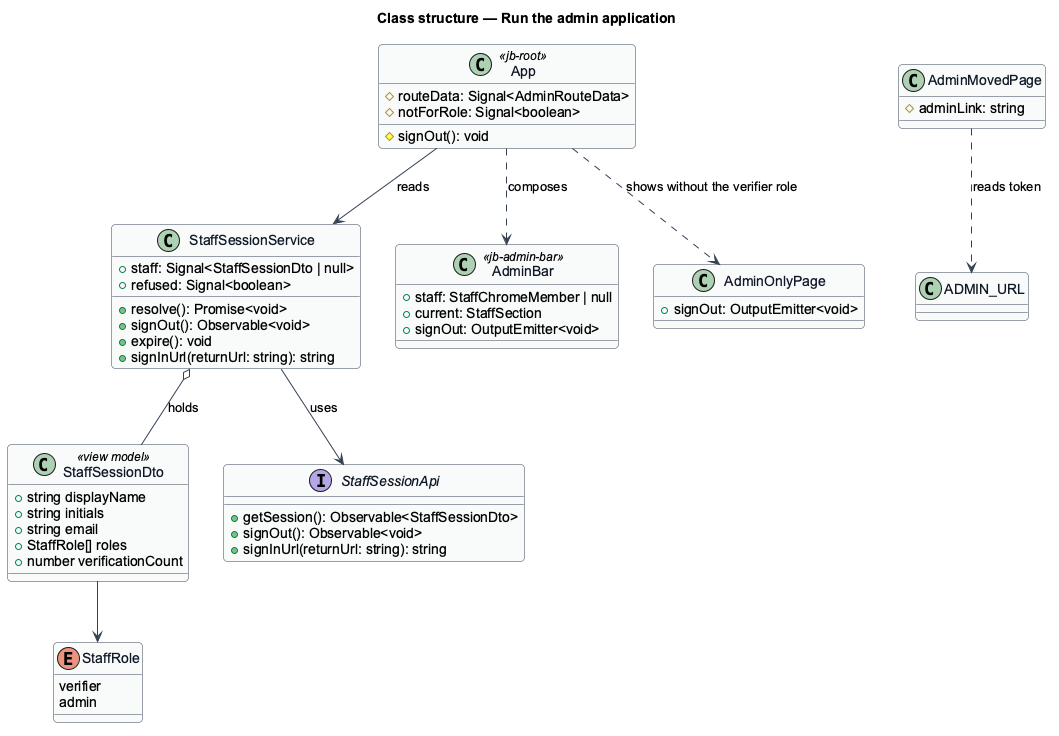
The PlantUML diagram docs/detailed-designs/admin/run-admin-application/diagrams/class-structure.png in QuinntyneBrown/jubilee, before a commit. Source of this version:
```plantuml
@startuml
skinparam backgroundColor #FFFFFF
skinparam shadowing false
skinparam roundcorner 8
skinparam defaultFontName Arial
skinparam ArrowColor #344054
skinparam class {
  BorderColor #344054
  FontColor #101828
  BackgroundColor #F9FAFB
}
title Class structure — Run the admin application

class StaffSessionDto <<view model>> {
  +string displayName
  +string initials
  +string email
  +StaffRole[] roles
  +number verificationCount
}
enum StaffRole {
  verifier
  admin
}
class StaffSessionService {
  +staff: Signal<StaffSessionDto | null>
  +refused: Signal<boolean>
  +resolve(): Promise<void>
  +signOut(): Observable<void>
  +expire(): void
  +signInUrl(returnUrl: string): string
}
interface StaffSessionApi {
  +getSession(): Observable<StaffSessionDto>
  +signOut(): Observable<void>
  +signInUrl(returnUrl: string): string
}
class App <<jb-root>> {
  #routeData: Signal<AdminRouteData>
  #notForRole: Signal<boolean>
  #signOut(): void
}
class AdminBar <<jb-admin-bar>> {
  +staff: StaffChromeMember | null
  +current: StaffSection
  +signOut: OutputEmitter<void>
}
class AdminOnlyPage {
  +signOut: OutputEmitter<void>
}
class AdminMovedPage {
  #adminLink: string
}
StaffSessionService --> StaffSessionApi : uses
StaffSessionService o-- StaffSessionDto : holds
StaffSessionDto --> StaffRole
App --> StaffSessionService : reads
App ..> AdminBar : composes
App ..> AdminOnlyPage : shows without the verifier role
AdminMovedPage ..> "ADMIN_URL" : reads token
@enduml
```
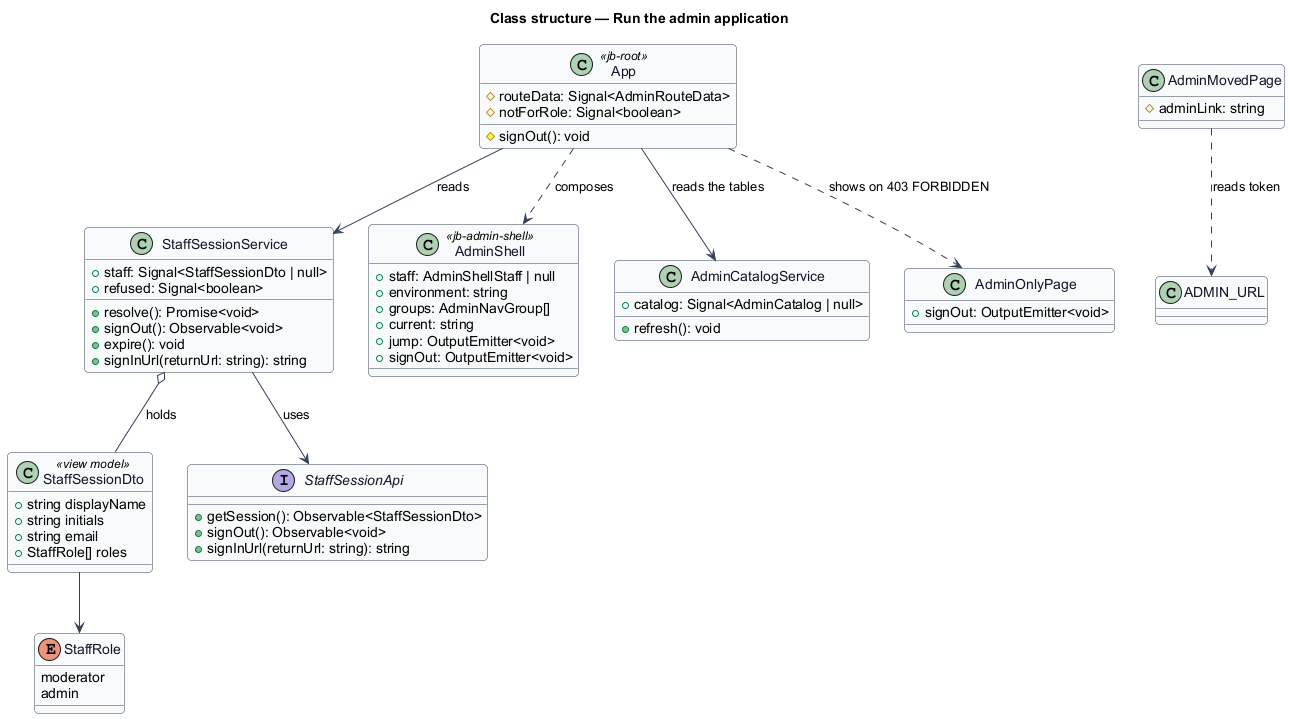
Later version of the same file.

Diff of the diagram source:
```diff
@@ -16,10 +16,9 @@
   +string initials
   +string email
   +StaffRole[] roles
-  +number verificationCount
 }
 enum StaffRole {
-  verifier
+  moderator
   admin
 }
 class StaffSessionService {
@@ -40,10 +39,17 @@
   #notForRole: Signal<boolean>
   #signOut(): void
 }
-class AdminBar <<jb-admin-bar>> {
-  +staff: StaffChromeMember | null
-  +current: StaffSection
+class AdminShell <<jb-admin-shell>> {
+  +staff: AdminShellStaff | null
+  +environment: string
+  +groups: AdminNavGroup[]
+  +current: string
+  +jump: OutputEmitter<void>
   +signOut: OutputEmitter<void>
+}
+class AdminCatalogService {
+  +catalog: Signal<AdminCatalog | null>
+  +refresh(): void
 }
 class AdminOnlyPage {
   +signOut: OutputEmitter<void>
@@ -55,7 +61,8 @@
 StaffSessionService o-- StaffSessionDto : holds
 StaffSessionDto --> StaffRole
 App --> StaffSessionService : reads
-App ..> AdminBar : composes
-App ..> AdminOnlyPage : shows without the verifier role
+App ..> AdminShell : composes
+App --> AdminCatalogService : reads the tables
+App ..> AdminOnlyPage : shows on 403 FORBIDDEN
 AdminMovedPage ..> "ADMIN_URL" : reads token
 @enduml
```
